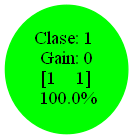
AlejandroFNadal/ia_decision_trees keeps this Graphviz diagram as test_output/gain.png. Above is the earlier version. Its source is kept beside it as test_output/gain.dot.
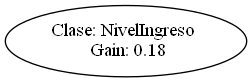
The same file after the commit.

Diff of the diagram source:
```diff
@@ -1,6 +1,4 @@
 digraph {
-	0 [label="Clase: 1
- Gain: 0
- [1    1]
- 100.0%" color=green style=filled]
+	0 [label="Clase: NivelIngreso
+ Gain: 0.18"]
 }
```
